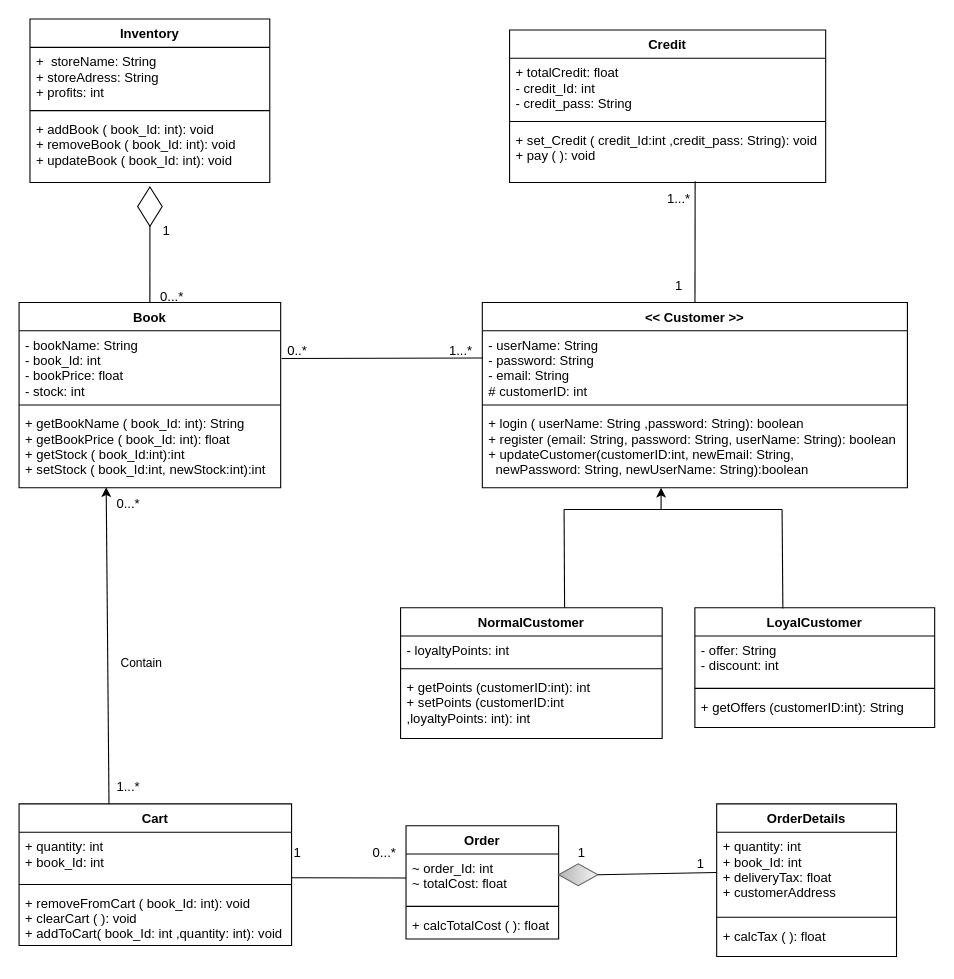
Above: BOOKShelf Class Digrame.drawio in MazenMarei/SA-PROJECT (draw.io), before the change. Source tidied: cells renumbered, new cells numbered last; positions are measured from the earlier drawing's top-left corner, leaving out a move shared by most shapes. Both pictures are drawn from the tidied source at 109%, with x=0, y=0 at pixel (19, 19).
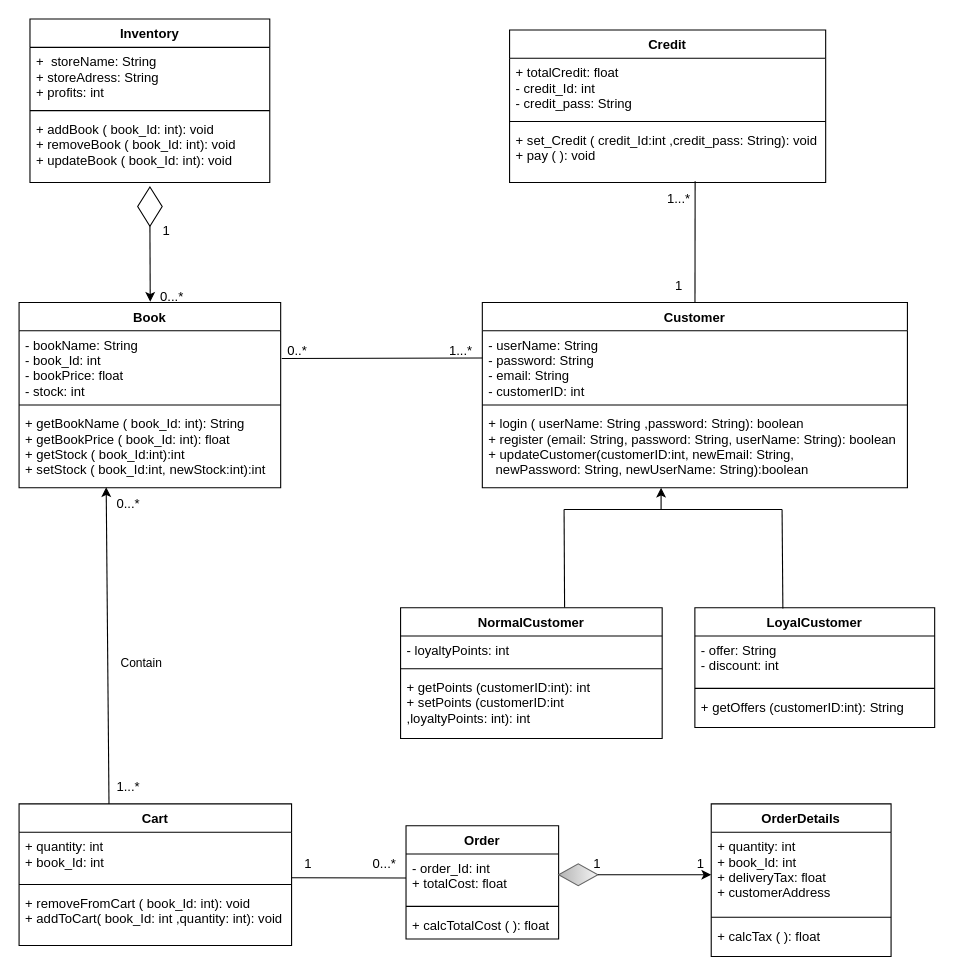
The same diagram, later.

Unchanged cells that the change refers to:
```xml
<mxCell id="2" value="Cart" style="swimlane;fontStyle=1;align=center;verticalAlign=top;horizontal=1;startSize=26;" parent="1" vertex="1">
  <mxGeometry y="720" width="250" height="130" as="geometry" />
</mxCell>
<mxCell id="6" value="Order" style="swimlane;fontStyle=1;align=center;verticalAlign=top;horizontal=1;startSize=26;" parent="1" vertex="1">
  <mxGeometry x="355" y="740" width="140" height="104" as="geometry" />
</mxCell>
<mxCell id="11" value="+ quantity: int&#10;+ book_Id: int&#10;+ deliveryTax: float&#10;+ customerAddress" style="text;strokeColor=none;fillColor=none;align=left;verticalAlign=top;spacingLeft=4;spacingRight=4;overflow=hidden;points=[[0,0.5],[1,0.5]];portConstraint=eastwest;" parent="10" vertex="1">
  <mxGeometry y="26" width="165" height="74" as="geometry" />
</mxCell>
<mxCell id="14" style="rhombus;whiteSpace=wrap;html=1;fillColor=#f5f5f5;gradientColor=#b3b3b3;strokeColor=#666666;direction=south;" parent="1" vertex="1">
  <mxGeometry x="495" y="775" width="36" height="20" as="geometry" />
</mxCell>
<mxCell id="15" value="Book" style="swimlane;fontStyle=1;align=center;verticalAlign=top;horizontal=1;startSize=26;fillColor=none;" parent="1" vertex="1">
  <mxGeometry y="260" width="240" height="170" as="geometry" />
</mxCell>
<mxCell id="24" style="rhombus;whiteSpace=wrap;html=1;" parent="1" vertex="1">
  <mxGeometry x="108.8" y="154" width="22.5" height="36" as="geometry" />
</mxCell>
<mxCell id="45" value="0...*" style="text;html=1;align=center;verticalAlign=middle;points=[];strokeColor=none;fillColor=none;" parent="1" vertex="1">
  <mxGeometry x="120" y="240" width="40" height="30" as="geometry" />
</mxCell>
```

What changed in the source:
```diff
@@
-    <mxCell id="5" value="+ removeFromCart ( book_Id: int): void&#10;+ clearCart ( ): void&#10;+ addToCart( book_Id: int ,quantity: int): void&#10;" style="text;strokeColor=none;fillColor=none;align=left;verticalAlign=top;spacingLeft=4;spacingRight=4;overflow=hidden;" parent="2" vertex="1">
+    <mxCell id="5" value="+ removeFromCart ( book_Id: int): void&#10;+ addToCart( book_Id: int ,quantity: int): void&#10;" style="text;strokeColor=none;fillColor=none;align=left;verticalAlign=top;spacingLeft=4;spacingRight=4;overflow=hidden;" parent="2" vertex="1">
       <mxGeometry y="78" width="250" height="52" as="geometry" />
     </mxCell>
@@
-    <mxCell id="7" value="~ order_Id: int&#10;~ totalCost: float" style="text;strokeColor=none;fillColor=none;align=left;verticalAlign=top;spacingLeft=4;spacingRight=4;overflow=hidden;points=[[0,0.5],[1,0.5]];portConstraint=eastwest;" parent="6" vertex="1">
+    <mxCell id="7" value="- order_Id: int&#10;+ totalCost: float" style="text;strokeColor=none;fillColor=none;align=left;verticalAlign=top;spacingLeft=4;spacingRight=4;overflow=hidden;points=[[0,0.5],[1,0.5]];portConstraint=eastwest;" parent="6" vertex="1">
       <mxGeometry y="26" width="140" height="44" as="geometry" />
     </mxCell>
@@
     <mxCell id="10" value="OrderDetails" style="swimlane;fontStyle=1;align=center;verticalAlign=top;horizontal=1;startSize=26;" parent="1" vertex="1">
-      <mxGeometry x="640" y="720" width="165" height="140" as="geometry" />
+      <mxGeometry x="635" y="720" width="165" height="140" as="geometry" />
     </mxCell>
@@
-    <mxCell id="23" style="endArrow=none;html=1;exitX=0.5;exitY=0;exitDx=0;exitDy=0;entryX=0.5;entryY=0.833;entryDx=0;entryDy=0;entryPerimeter=0;" parent="1" edge="1" source="15" target="24">
-      <mxGeometry relative="1" as="geometry" />
-    </mxCell>
@@
-    <mxCell id="34" value="&lt;&lt; Customer &gt;&gt;" style="swimlane;fontStyle=1;align=center;verticalAlign=top;horizontal=1;startSize=26;" parent="1" vertex="1">
+    <mxCell id="34" value="Customer" style="swimlane;fontStyle=1;align=center;verticalAlign=top;horizontal=1;startSize=26;" parent="1" vertex="1">
       <mxGeometry x="425" y="260" width="390" height="170" as="geometry" />
     </mxCell>
-    <mxCell id="35" value="- userName: String&#10;- password: String&#10;- email: String&#10;# customerID: int&#10;&#10;" style="text;strokeColor=none;fillColor=none;align=left;verticalAlign=top;spacingLeft=4;spacingRight=4;overflow=hidden;" parent="34" vertex="1">
+    <mxCell id="35" value="- userName: String&#10;- password: String&#10;- email: String&#10;- customerID: int&#10;&#10;" style="text;strokeColor=none;fillColor=none;align=left;verticalAlign=top;spacingLeft=4;spacingRight=4;overflow=hidden;" parent="34" vertex="1">
       <mxGeometry y="26" width="390" height="64" as="geometry" />
     </mxCell>
@@
-    <mxCell id="38" style="endArrow=none;html=1;entryX=0;entryY=0.5;entryDx=0;entryDy=0;exitX=0.5;exitY=0;exitDx=0;exitDy=0;" parent="1" edge="1" source="14" target="11">
-      <mxGeometry relative="1" as="geometry" />
-    </mxCell>
@@
     <mxCell id="48" value="1" style="text;html=1;align=center;verticalAlign=middle;strokeColor=none;fillColor=none;" parent="1" vertex="1">
-      <mxGeometry x="501" y="750" width="30" height="30" as="geometry" />
+      <mxGeometry x="515" y="760" width="30" height="30" as="geometry" />
     </mxCell>
@@
     <mxCell id="50" value="1" style="text;html=1;align=center;verticalAlign=middle;strokeColor=none;fillColor=none;" parent="1" vertex="1">
-      <mxGeometry x="240" y="750" width="30" height="30" as="geometry" />
+      <mxGeometry x="250" y="760" width="30" height="30" as="geometry" />
     </mxCell>
     <mxCell id="51" value="0...*" style="text;html=1;align=center;verticalAlign=middle;strokeColor=none;fillColor=none;" parent="1" vertex="1">
-      <mxGeometry x="315" y="750" width="40" height="30" as="geometry" />
+      <mxGeometry x="315" y="760" width="40" height="30" as="geometry" />
     </mxCell>
@@
+    <mxCell id="63" style="endArrow=classic;html=1;exitX=0.5;exitY=0;exitDx=0;exitDy=0;" parent="1" edge="1" source="14">
+      <mxGeometry relative="1" as="geometry">
+        <mxPoint x="635" y="785" as="targetPoint" />
+      </mxGeometry>
+    </mxCell>
+    <mxCell id="64" style="endArrow=classic;html=1;exitX=0.5;exitY=1;exitDx=0;exitDy=0;entryX=0.008;entryY=0.644;entryDx=0;entryDy=0;entryPerimeter=0;" parent="1" edge="1" source="24" target="45">
+      <mxGeometry relative="1" as="geometry" />
+    </mxCell>
```
